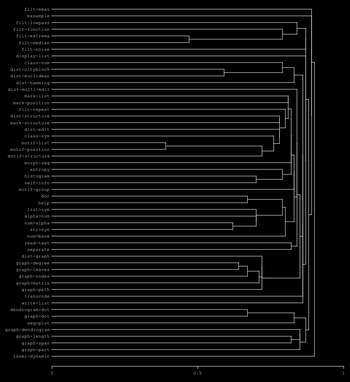
FredVoisin/refrains keeps this Graphviz diagram as doc/pictures/refrains-docstrings-dendrogram.png. Above is the earlier version. Its source is kept beside it as doc/pictures/refrains-docstrings-dendrogram.dot.
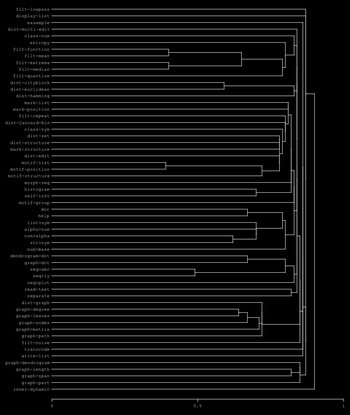
The same file after the commit.

The edit, as a diff of the source:
```diff
@@ -1,489 +1,534 @@
 graph "refrains-docstrings-dendrogram" {
-/* generated with refrains:dendrogram>dot, 25 Oct 2026 15:57:19, to be drawn with neato -n2 */
+/* generated with refrains:dendrogram>dot, 27 Oct 2026 1:38:29, to be drawn with neato -n2 */
  graph [splines=false, bgcolor=black];
  node [shape=point, width=0, color=white, fontcolor=white, fontname=Courier, fontsize=11];
  edge [color=white];
- l1 [shape=plaintext, label="filt-mean", pos="81.9,832.0"];
- p1 [pos="117.6,832.0"];
- l2 [shape=plaintext, label="exsample", pos="85.2,816.0"];
- p2 [pos="117.6,816.0"];
- l3 [shape=plaintext, label="filt-lowpass", pos="72.0,800.0"];
- p3 [pos="117.6,800.0"];
- l4 [shape=plaintext, label="filt-function", pos="68.7,784.0"];
- p4 [pos="117.6,784.0"];
- l5 [shape=plaintext, label="filt-extrema", pos="72.0,768.0"];
- p5 [pos="117.6,768.0"];
- l6 [shape=plaintext, label="filt-median", pos="75.3,752.0"];
- p6 [pos="117.6,752.0"];
- p7 [pos="446.6,768.0"];
- p8 [pos="446.6,752.0"];
- p9 [pos="446.6,760.0"];
- p5 -- p7;
- p6 -- p8;
+ l1 [shape=plaintext, label="filt-lowpass", pos="72.0,912.0"];
+ p1 [pos="117.6,912.0"];
+ l2 [shape=plaintext, label="display-list", pos="72.0,896.0"];
+ p2 [pos="117.6,896.0"];
+ l3 [shape=plaintext, label="exsample", pos="85.2,880.0"];
+ p3 [pos="117.6,880.0"];
+ l4 [shape=plaintext, label="dist-multi-edit", pos="62.1,864.0"];
+ p4 [pos="117.6,864.0"];
+ l5 [shape=plaintext, label="class-num", pos="81.9,848.0"];
+ p5 [pos="117.6,848.0"];
+ l6 [shape=plaintext, label="entropy", pos="88.5,832.0"];
+ p6 [pos="117.6,832.0"];
+ l7 [shape=plaintext, label="filt-function", pos="68.7,816.0"];
+ p7 [pos="117.6,816.0"];
+ l8 [shape=plaintext, label="filt-mean", pos="81.9,800.0"];
+ p8 [pos="117.6,800.0"];
+ p9 [pos="397.6,816.0"];
+ p10 [pos="397.6,800.0"];
+ p11 [pos="397.6,808.0"];
  p7 -- p9;
- p9 -- p8;
- p10 [pos="670.6,784.0"];
- p11 [pos="670.6,760.0"];
- p12 [pos="670.6,772.0"];
- p4 -- p10;
+ p8 -- p10;
  p9 -- p11;
- p10 -- p12;
- p12 -- p11;
- p13 [pos="705.6,800.0"];
- p14 [pos="705.6,772.0"];
- p15 [pos="705.6,786.0"];
- p3 -- p13;
+ p11 -- p10;
+ l9 [shape=plaintext, label="filt-extrema", pos="72.0,784.0"];
+ p12 [pos="117.6,784.0"];
+ l10 [shape=plaintext, label="filt-median", pos="75.3,768.0"];
+ p13 [pos="117.6,768.0"];
+ p14 [pos="397.6,784.0"];
+ p15 [pos="397.6,768.0"];
+ p16 [pos="397.6,776.0"];
  p12 -- p14;
  p13 -- p15;
- p15 -- p14;
- l7 [shape=plaintext, label="filt-noise", pos="78.6,736.0"];
- p16 [pos="117.6,736.0"];
- p17 [pos="726.6,786.0"];
- p18 [pos="726.6,736.0"];
- p19 [pos="726.6,761.0"];
- p15 -- p17;
+ p14 -- p16;
+ p16 -- p15;
+ p17 [pos="572.6,808.0"];
+ p18 [pos="572.6,776.0"];
+ p19 [pos="572.6,792.0"];
+ p11 -- p17;
  p16 -- p18;
  p17 -- p19;
  p19 -- p18;
- l8 [shape=plaintext, label="display-list", pos="72.0,720.0"];
- p20 [pos="117.6,720.0"];
- l9 [shape=plaintext, label="class-num", pos="81.9,704.0"];
- p21 [pos="117.6,704.0"];
- l10 [shape=plaintext, label="dist-cityblock", pos="65.4,688.0"];
- p22 [pos="117.6,688.0"];
- l11 [shape=plaintext, label="dist-euclidean", pos="65.4,672.0"];
- p23 [pos="117.6,672.0"];
- p24 [pos="530.6,688.0"];
- p25 [pos="530.6,672.0"];
- p26 [pos="530.6,680.0"];
- p22 -- p24;
+ l11 [shape=plaintext, label="filt-quantize", pos="68.7,752.0"];
+ p20 [pos="117.6,752.0"];
+ p21 [pos="670.6,792.0"];
+ p22 [pos="670.6,752.0"];
+ p23 [pos="670.6,772.0"];
+ p19 -- p21;
+ p20 -- p22;
+ p21 -- p23;
+ p23 -- p22;
+ p24 [pos="677.6,832.0"];
+ p25 [pos="677.6,772.0"];
+ p26 [pos="677.6,802.0"];
+ p6 -- p24;
  p23 -- p25;
  p24 -- p26;
  p26 -- p25;
- p27 [pos="670.6,704.0"];
- p28 [pos="670.6,680.0"];
- p29 [pos="670.6,692.0"];
- p21 -- p27;
+ p27 [pos="698.6,848.0"];
+ p28 [pos="698.6,802.0"];
+ p29 [pos="698.6,825.0"];
+ p5 -- p27;
  p26 -- p28;
  p27 -- p29;
  p29 -- p28;
- l12 [shape=plaintext, label="dist-hamming", pos="72.0,656.0"];
- p30 [pos="117.6,656.0"];
- p31 [pos="698.6,692.0"];
- p32 [pos="698.6,656.0"];
- p33 [pos="698.6,674.0"];
- p29 -- p31;
+ l12 [shape=plaintext, label="dist-cityblock", pos="65.4,736.0"];
+ p30 [pos="117.6,736.0"];
+ l13 [shape=plaintext, label="dist-euclidean", pos="65.4,720.0"];
+ p31 [pos="117.6,720.0"];
+ p32 [pos="530.6,736.0"];
+ p33 [pos="530.6,720.0"];
+ p34 [pos="530.6,728.0"];
  p30 -- p32;
  p31 -- p33;
- p33 -- p32;
- l13 [shape=plaintext, label="dist-multi-edit", pos="62.1,640.0"];
- p34 [pos="117.6,640.0"];
- l14 [shape=plaintext, label="mark-list", pos="81.9,624.0"];
- p35 [pos="117.6,624.0"];
- l15 [shape=plaintext, label="mark-position", pos="68.7,608.0"];
- p36 [pos="117.6,608.0"];
- p37 [pos="684.6,624.0"];
- p38 [pos="684.6,608.0"];
- p39 [pos="684.6,616.0"];
+ p32 -- p34;
+ p34 -- p33;
+ l14 [shape=plaintext, label="dist-hamming", pos="72.0,704.0"];
+ p35 [pos="117.6,704.0"];
+ p36 [pos="698.6,728.0"];
+ p37 [pos="698.6,704.0"];
+ p38 [pos="698.6,716.0"];
+ p34 -- p36;
  p35 -- p37;
  p36 -- p38;
- p37 -- p39;
- p39 -- p38;
- l16 [shape=plaintext, label="filt-repeat", pos="75.3,592.0"];
- p40 [pos="117.6,592.0"];
- l17 [shape=plaintext, label="dist-structure", pos="65.4,576.0"];
- p41 [pos="117.6,576.0"];
- l18 [shape=plaintext, label="mark-structure", pos="65.4,560.0"];
- p42 [pos="117.6,560.0"];
- p43 [pos="663.6,576.0"];
- p44 [pos="663.6,560.0"];
- p45 [pos="663.6,568.0"];
- p41 -- p43;
+ p38 -- p37;
+ p39 [pos="705.6,825.0"];
+ p40 [pos="705.6,716.0"];
+ p41 [pos="705.6,770.5"];
+ p29 -- p39;
+ p38 -- p40;
+ p39 -- p41;
+ p41 -- p40;
+ l15 [shape=plaintext, label="mark-list", pos="81.9,688.0"];
+ p42 [pos="117.6,688.0"];
+ l16 [shape=plaintext, label="mark-position", pos="68.7,672.0"];
+ p43 [pos="117.6,672.0"];
+ p44 [pos="684.6,688.0"];
+ p45 [pos="684.6,672.0"];
+ p46 [pos="684.6,680.0"];
  p42 -- p44;
  p43 -- p45;
- p45 -- p44;
- l19 [shape=plaintext, label="dist-edit", pos="81.9,544.0"];
- p46 [pos="117.6,544.0"];
- l20 [shape=plaintext, label="class-sym", pos="81.9,528.0"];
- p47 [pos="117.6,528.0"];
- l21 [shape=plaintext, label="motif-list", pos="78.6,512.0"];
- p48 [pos="117.6,512.0"];
- l22 [shape=plaintext, label="motif-position", pos="65.4,496.0"];
- p49 [pos="117.6,496.0"];
- p50 [pos="390.6,512.0"];
- p51 [pos="390.6,496.0"];
- p52 [pos="390.6,504.0"];
- p48 -- p50;
- p49 -- p51;
+ p44 -- p46;
+ p46 -- p45;
+ l17 [shape=plaintext, label="filt-repeat", pos="75.3,656.0"];
+ p47 [pos="117.6,656.0"];
+ l18 [shape=plaintext, label="dist-jaccard-bin", pos="58.8,640.0"];
+ p48 [pos="117.6,640.0"];
+ l19 [shape=plaintext, label="class-sym", pos="81.9,624.0"];
+ p49 [pos="117.6,624.0"];
+ l20 [shape=plaintext, label="dist-set", pos="85.2,608.0"];
+ p50 [pos="117.6,608.0"];
+ l21 [shape=plaintext, label="dist-structure", pos="65.4,592.0"];
+ p51 [pos="117.6,592.0"];
+ p52 [pos="663.6,608.0"];
+ p53 [pos="663.6,592.0"];
+ p54 [pos="663.6,600.0"];
  p50 -- p52;
- p52 -- p51;
- l23 [shape=plaintext, label="motif-structure", pos="62.1,480.0"];
- p53 [pos="117.6,480.0"];
- p54 [pos="621.6,504.0"];
- p55 [pos="621.6,480.0"];
- p56 [pos="621.6,492.0"];
+ p51 -- p53;
  p52 -- p54;
- p53 -- p55;
+ p54 -- p53;
+ l22 [shape=plaintext, label="mark-structure", pos="65.4,576.0"];
+ p55 [pos="117.6,576.0"];
+ p56 [pos="663.6,600.0"];
+ p57 [pos="663.6,576.0"];
+ p58 [pos="663.6,588.0"];
  p54 -- p56;
- p56 -- p55;
- p57 [pos="649.6,528.0"];
- p58 [pos="649.6,492.0"];
- p59 [pos="649.6,510.0"];
- p47 -- p57;
+ p55 -- p57;
  p56 -- p58;
- p57 -- p59;
- p59 -- p58;
- p60 [pos="663.6,544.0"];
- p61 [pos="663.6,510.0"];
- p62 [pos="663.6,527.0"];
- p46 -- p60;
- p59 -- p61;
+ p58 -- p57;
+ l23 [shape=plaintext, label="dist-edit", pos="81.9,560.0"];
+ p59 [pos="117.6,560.0"];
+ l24 [shape=plaintext, label="motif-list", pos="78.6,544.0"];
+ p60 [pos="117.6,544.0"];
+ l25 [shape=plaintext, label="motif-position", pos="65.4,528.0"];
+ p61 [pos="117.6,528.0"];
+ p62 [pos="390.6,544.0"];
+ p63 [pos="390.6,528.0"];
+ p64 [pos="390.6,536.0"];
  p60 -- p62;
- p62 -- p61;
- p63 [pos="663.6,568.0"];
- p64 [pos="663.6,527.0"];
- p65 [pos="663.6,547.5"];
- p45 -- p63;
+ p61 -- p63;
  p62 -- p64;
- p63 -- p65;
- p65 -- p64;
- p66 [pos="677.6,592.0"];
- p67 [pos="677.6,547.5"];
- p68 [pos="677.6,569.8"];
- p40 -- p66;
+ p64 -- p63;
+ l26 [shape=plaintext, label="motif-structure", pos="62.1,512.0"];
+ p65 [pos="117.6,512.0"];
+ p66 [pos="621.6,536.0"];
+ p67 [pos="621.6,512.0"];
+ p68 [pos="621.6,524.0"];
+ p64 -- p66;
  p65 -- p67;
  p66 -- p68;
  p68 -- p67;
- p69 [pos="684.6,616.0"];
- p70 [pos="684.6,569.8"];
- p71 [pos="684.6,592.9"];
- p39 -- p69;
+ p69 [pos="663.6,560.0"];
+ p70 [pos="663.6,524.0"];
+ p71 [pos="663.6,542.0"];
+ p59 -- p69;
  p68 -- p70;
  p69 -- p71;
  p71 -- p70;
- l24 [shape=plaintext, label="morph-seq", pos="81.9,464.0"];
- p72 [pos="117.6,464.0"];
- p73 [pos="691.6,592.9"];
- p74 [pos="691.6,464.0"];
- p75 [pos="691.6,528.4"];
+ p72 [pos="663.6,588.0"];
+ p73 [pos="663.6,542.0"];
+ p74 [pos="663.6,565.0"];
+ p58 -- p72;
  p71 -- p73;
  p72 -- p74;
- p73 -- p75;
- p75 -- p74;
- l25 [shape=plaintext, label="entropy", pos="88.5,448.0"];
- p76 [pos="117.6,448.0"];
- l26 [shape=plaintext, label="histogram", pos="81.9,432.0"];
- p77 [pos="117.6,432.0"];
- l27 [shape=plaintext, label="self-info", pos="81.9,416.0"];
- p78 [pos="117.6,416.0"];
- p79 [pos="607.6,432.0"];
- p80 [pos="607.6,416.0"];
- p81 [pos="607.6,424.0"];
+ p74 -- p73;
+ p75 [pos="670.6,624.0"];
+ p76 [pos="670.6,565.0"];
+ p77 [pos="670.6,594.5"];
+ p49 -- p75;
+ p74 -- p76;
+ p75 -- p77;
+ p77 -- p76;
+ p78 [pos="677.6,640.0"];
+ p79 [pos="677.6,594.5"];
+ p80 [pos="677.6,617.3"];
+ p48 -- p78;
  p77 -- p79;
  p78 -- p80;
- p79 -- p81;
- p81 -- p80;
- p82 [pos="670.6,448.0"];
- p83 [pos="670.6,424.0"];
- p84 [pos="670.6,436.0"];
- p76 -- p82;
+ p80 -- p79;
+ p81 [pos="677.6,656.0"];
+ p82 [pos="677.6,617.3"];
+ p83 [pos="677.6,636.6"];
+ p47 -- p81;
+ p80 -- p82;
  p81 -- p83;
- p82 -- p84;
- p84 -- p83;
- p85 [pos="691.6,528.4"];
- p86 [pos="691.6,436.0"];
- p87 [pos="691.6,482.2"];
- p75 -- p85;
+ p83 -- p82;
+ p84 [pos="684.6,680.0"];
+ p85 [pos="684.6,636.6"];
+ p86 [pos="684.6,658.3"];
+ p46 -- p84;
+ p83 -- p85;
  p84 -- p86;
- p85 -- p87;
- p87 -- p86;
- l28 [shape=plaintext, label="motif-group", pos="75.3,400.0"];
- p88 [pos="117.6,400.0"];
- p89 [pos="698.6,482.2"];
- p90 [pos="698.6,400.0"];
- p91 [pos="698.6,441.1"];
+ p86 -- p85;
+ l27 [shape=plaintext, label="morph-seq", pos="81.9,496.0"];
+ p87 [pos="117.6,496.0"];
+ p88 [pos="691.6,658.3"];
+ p89 [pos="691.6,496.0"];
+ p90 [pos="691.6,577.2"];
+ p86 -- p88;
  p87 -- p89;
  p88 -- p90;
- p89 -- p91;
- p91 -- p90;
- l29 [shape=plaintext, label="doc", pos="101.7,384.0"];
- p92 [pos="117.6,384.0"];
- l30 [shape=plaintext, label="help", pos="98.4,368.0"];
- p93 [pos="117.6,368.0"];
- p94 [pos="586.6,384.0"];
- p95 [pos="586.6,368.0"];
- p96 [pos="586.6,376.0"];
+ p90 -- p89;
+ l28 [shape=plaintext, label="histogram", pos="81.9,480.0"];
+ p91 [pos="117.6,480.0"];
+ l29 [shape=plaintext, label="self-info", pos="81.9,464.0"];
+ p92 [pos="117.6,464.0"];
+ p93 [pos="607.6,480.0"];
+ p94 [pos="607.6,464.0"];
+ p95 [pos="607.6,472.0"];
+ p91 -- p93;
  p92 -- p94;
  p93 -- p95;
- p94 -- p96;
- p96 -- p95;
- l31 [shape=plaintext, label="list>sym", pos="85.2,352.0"];
- p97 [pos="117.6,352.0"];
- l32 [shape=plaintext, label="alpha>num", pos="81.9,336.0"];
- p98 [pos="117.6,336.0"];
- l33 [shape=plaintext, label="num>alpha", pos="81.9,320.0"];
- p99 [pos="117.6,320.0"];
- l34 [shape=plaintext, label="str>sym", pos="88.5,304.0"];
- p100 [pos="117.6,304.0"];
- p101 [pos="551.6,320.0"];
- p102 [pos="551.6,304.0"];
- p103 [pos="551.6,312.0"];
+ p95 -- p94;
+ p96 [pos="691.6,577.2"];
+ p97 [pos="691.6,472.0"];
+ p98 [pos="691.6,524.6"];
+ p90 -- p96;
+ p95 -- p97;
+ p96 -- p98;
+ p98 -- p97;
+ l30 [shape=plaintext, label="motif-group", pos="75.3,448.0"];
+ p99 [pos="117.6,448.0"];
+ p100 [pos="698.6,524.6"];
+ p101 [pos="698.6,448.0"];
+ p102 [pos="698.6,486.3"];
+ p98 -- p100;
  p99 -- p101;
  p100 -- p102;
- p101 -- p103;
- p103 -- p102;
- p104 [pos="607.6,336.0"];
- p105 [pos="607.6,312.0"];
- p106 [pos="607.6,324.0"];
- p98 -- p104;
+ p102 -- p101;
+ l31 [shape=plaintext, label="doc", pos="101.7,432.0"];
+ p103 [pos="117.6,432.0"];
+ l32 [shape=plaintext, label="help", pos="98.4,416.0"];
+ p104 [pos="117.6,416.0"];
+ p105 [pos="586.6,432.0"];
+ p106 [pos="586.6,416.0"];
+ p107 [pos="586.6,424.0"];
  p103 -- p105;
  p104 -- p106;
- p106 -- p105;
- p107 [pos="607.6,352.0"];
- p108 [pos="607.6,324.0"];
- p109 [pos="607.6,338.0"];
- p97 -- p107;
- p106 -- p108;
- p107 -- p109;
- p109 -- p108;
- p110 [pos="670.6,376.0"];
- p111 [pos="670.6,338.0"];
- p112 [pos="670.6,357.0"];
- p96 -- p110;
- p109 -- p111;
+ p105 -- p107;
+ p107 -- p106;
+ l33 [shape=plaintext, label="list>sym", pos="85.2,400.0"];
+ p108 [pos="117.6,400.0"];
+ l34 [shape=plaintext, label="alpha>num", pos="81.9,384.0"];
+ p109 [pos="117.6,384.0"];
+ l35 [shape=plaintext, label="num>alpha", pos="81.9,368.0"];
+ p110 [pos="117.6,368.0"];
+ l36 [shape=plaintext, label="str>sym", pos="88.5,352.0"];
+ p111 [pos="117.6,352.0"];
+ p112 [pos="551.6,368.0"];
+ p113 [pos="551.6,352.0"];
+ p114 [pos="551.6,360.0"];
  p110 -- p112;
- p112 -- p111;
- l35 [shape=plaintext, label="num>base", pos="85.2,288.0"];
- p113 [pos="117.6,288.0"];
- p114 [pos="677.6,357.0"];
- p115 [pos="677.6,288.0"];
- p116 [pos="677.6,322.5"];
+ p111 -- p113;
  p112 -- p114;
- p113 -- p115;
+ p114 -- p113;
+ p115 [pos="607.6,384.0"];
+ p116 [pos="607.6,360.0"];
+ p117 [pos="607.6,372.0"];
+ p109 -- p115;
  p114 -- p116;
- p116 -- p115;
- p117 [pos="698.6,441.1"];
- p118 [pos="698.6,322.5"];
- p119 [pos="698.6,381.8"];
- p91 -- p117;
- p116 -- p118;
+ p115 -- p117;
+ p117 -- p116;
+ p118 [pos="607.6,400.0"];
+ p119 [pos="607.6,372.0"];
+ p120 [pos="607.6,386.0"];
+ p108 -- p118;
  p117 -- p119;
- p119 -- p118;
- p120 [pos="705.6,640.0"];
- p121 [pos="705.6,381.8"];
- p122 [pos="705.6,510.9"];
- p34 -- p120;
- p119 -- p121;
+ p118 -- p120;
+ p120 -- p119;
+ p121 [pos="670.6,424.0"];
+ p122 [pos="670.6,386.0"];
+ p123 [pos="670.6,405.0"];
+ p107 -- p121;
  p120 -- p122;
- p122 -- p121;
- l36 [shape=plaintext, label="read-text", pos="81.9,272.0"];
- p123 [pos="117.6,272.0"];
- l37 [shape=plaintext, label="separate", pos="85.2,256.0"];
- p124 [pos="117.6,256.0"];
- p125 [pos="691.6,272.0"];
- p126 [pos="691.6,256.0"];
- p127 [pos="691.6,264.0"];
+ p121 -- p123;
+ p123 -- p122;
+ l37 [shape=plaintext, label="num>base", pos="85.2,336.0"];
+ p124 [pos="117.6,336.0"];
+ p125 [pos="677.6,405.0"];
+ p126 [pos="677.6,336.0"];
+ p127 [pos="677.6,370.5"];
  p123 -- p125;
  p124 -- p126;
  p125 -- p127;
  p127 -- p126;
- p128 [pos="705.6,510.9"];
- p129 [pos="705.6,264.0"];
- p130 [pos="705.6,387.5"];
- p122 -- p128;
+ p128 [pos="698.6,486.3"];
+ p129 [pos="698.6,370.5"];
+ p130 [pos="698.6,428.4"];
+ p102 -- p128;
  p127 -- p129;
  p128 -- p130;
  p130 -- p129;
- l38 [shape=plaintext, label="dist-graph", pos="78.6,240.0"];
- p131 [pos="117.6,240.0"];
- l39 [shape=plaintext, label="graph-degree", pos="72.0,224.0"];
- p132 [pos="117.6,224.0"];
- l40 [shape=plaintext, label="graph-leaves", pos="72.0,208.0"];
- p133 [pos="117.6,208.0"];
- p134 [pos="565.6,224.0"];
- p135 [pos="565.6,208.0"];
- p136 [pos="565.6,216.0"];
- p132 -- p134;
+ p131 [pos="705.6,770.5"];
+ p132 [pos="705.6,428.4"];
+ p133 [pos="705.6,599.4"];
+ p41 -- p131;
+ p130 -- p132;
+ p131 -- p133;
+ p133 -- p132;
+ p134 [pos="705.6,864.0"];
+ p135 [pos="705.6,599.4"];
+ p136 [pos="705.6,731.7"];
+ p4 -- p134;
  p133 -- p135;
  p134 -- p136;
  p136 -- p135;
- l41 [shape=plaintext, label="graph-nodes", pos="75.3,192.0"];
- p137 [pos="117.6,192.0"];
- p138 [pos="586.6,216.0"];
- p139 [pos="586.6,192.0"];
- p140 [pos="586.6,204.0"];
- p136 -- p138;
+ l38 [shape=plaintext, label="dendrogram>dot", pos="65.4,320.0"];
+ p137 [pos="117.6,320.0"];
+ l39 [shape=plaintext, label="graph>dot", pos="81.9,304.0"];
+ p138 [pos="117.6,304.0"];
+ p139 [pos="586.6,320.0"];
+ p140 [pos="586.6,304.0"];
+ p141 [pos="586.6,312.0"];
  p137 -- p139;
  p138 -- p140;
- p140 -- p139;
- l42 [shape=plaintext, label="graph>matrix", pos="72.0,176.0"];
- p141 [pos="117.6,176.0"];
- p142 [pos="614.6,204.0"];
- p143 [pos="614.6,176.0"];
- p144 [pos="614.6,190.0"];
- p140 -- p142;
- p141 -- p143;
+ p139 -- p141;
+ p141 -- p140;
+ l40 [shape=plaintext, label="seq>abc", pos="88.5,288.0"];
+ p142 [pos="117.6,288.0"];
+ l41 [shape=plaintext, label="seq>ly", pos="91.8,272.0"];
+ p143 [pos="117.6,272.0"];
+ p144 [pos="460.6,288.0"];
+ p145 [pos="460.6,272.0"];
+ p146 [pos="460.6,280.0"];
  p142 -- p144;
- p144 -- p143;
- p145 [pos="621.6,240.0"];
- p146 [pos="621.6,190.0"];
- p147 [pos="621.6,215.0"];
- p131 -- p145;
+ p143 -- p145;
  p144 -- p146;
- p145 -- p147;
- p147 -- p146;
- l43 [shape=plaintext, label="graph-path", pos="78.6,160.0"];
- p148 [pos="117.6,160.0"];
- p149 [pos="621.6,215.0"];
- p150 [pos="621.6,160.0"];
- p151 [pos="621.6,187.5"];
+ p146 -- p145;
+ p147 [pos="677.6,312.0"];
+ p148 [pos="677.6,280.0"];
+ p149 [pos="677.6,296.0"];
+ p141 -- p147;
+ p146 -- p148;
  p147 -- p149;
- p148 -- p150;
+ p149 -- p148;
+ l42 [shape=plaintext, label="seq>plot", pos="85.2,256.0"];
+ p150 [pos="117.6,256.0"];
+ p151 [pos="698.6,296.0"];
+ p152 [pos="698.6,256.0"];
+ p153 [pos="698.6,276.0"];
  p149 -- p151;
- p151 -- p150;
- p152 [pos="712.6,387.5"];
- p153 [pos="712.6,187.5"];
- p154 [pos="712.6,287.5"];
- p130 -- p152;
+ p150 -- p152;
  p151 -- p153;
- p152 -- p154;
- p154 -- p153;
- p155 [pos="719.6,674.0"];
- p156 [pos="719.6,287.5"];
- p157 [pos="719.6,480.7"];
- p33 -- p155;
+ p153 -- p152;
+ p154 [pos="705.6,731.7"];
+ p155 [pos="705.6,276.0"];
+ p156 [pos="705.6,503.9"];
+ p136 -- p154;
+ p153 -- p155;
  p154 -- p156;
- p155 -- p157;
- p157 -- p156;
- l44 [shape=plaintext, label="transcode", pos="81.9,144.0"];
- p158 [pos="117.6,144.0"];
- p159 [pos="719.6,480.7"];
- p160 [pos="719.6,144.0"];
- p161 [pos="719.6,312.4"];
+ p156 -- p155;
+ l43 [shape=plaintext, label="read-text", pos="81.9,240.0"];
+ p157 [pos="117.6,240.0"];
+ l44 [shape=plaintext, label="separate", pos="85.2,224.0"];
+ p158 [pos="117.6,224.0"];
+ p159 [pos="691.6,240.0"];
+ p160 [pos="691.6,224.0"];
+ p161 [pos="691.6,232.0"];
  p157 -- p159;
  p158 -- p160;
  p159 -- p161;
  p161 -- p160;
- l45 [shape=plaintext, label="write-list", pos="78.6,128.0"];
- p162 [pos="117.6,128.0"];
- p163 [pos="719.6,312.4"];
- p164 [pos="719.6,128.0"];
- p165 [pos="719.6,220.2"];
+ p162 [pos="705.6,503.9"];
+ p163 [pos="705.6,232.0"];
+ p164 [pos="705.6,367.9"];
+ p156 -- p162;
  p161 -- p163;
  p162 -- p164;
- p163 -- p165;
- p165 -- p164;
- p166 [pos="726.6,720.0"];
- p167 [pos="726.6,220.2"];
- p168 [pos="726.6,470.1"];
- p20 -- p166;
- p165 -- p167;
+ p164 -- p163;
+ l45 [shape=plaintext, label="dist-graph", pos="78.6,208.0"];
+ p165 [pos="117.6,208.0"];
+ l46 [shape=plaintext, label="graph-degree", pos="72.0,192.0"];
+ p166 [pos="117.6,192.0"];
+ l47 [shape=plaintext, label="graph-leaves", pos="72.0,176.0"];
+ p167 [pos="117.6,176.0"];
+ p168 [pos="565.6,192.0"];
+ p169 [pos="565.6,176.0"];
+ p170 [pos="565.6,184.0"];
  p166 -- p168;
- p168 -- p167;
- p169 [pos="726.6,761.0"];
- p170 [pos="726.6,470.1"];
- p171 [pos="726.6,615.5"];
- p19 -- p169;
+ p167 -- p169;
  p168 -- p170;
- p169 -- p171;
- p171 -- p170;
- l46 [shape=plaintext, label="dendrogram>dot", pos="65.4,112.0"];
- p172 [pos="117.6,112.0"];
- l47 [shape=plaintext, label="graph>dot", pos="81.9,96.0"];
- p173 [pos="117.6,96.0"];
- p174 [pos="586.6,112.0"];
- p175 [pos="586.6,96.0"];
- p176 [pos="586.6,104.0"];
+ p170 -- p169;
+ l48 [shape=plaintext, label="graph-nodes", pos="75.3,160.0"];
+ p171 [pos="117.6,160.0"];
+ p172 [pos="586.6,184.0"];
+ p173 [pos="586.6,160.0"];
+ p174 [pos="586.6,172.0"];
+ p170 -- p172;
+ p171 -- p173;
  p172 -- p174;
- p173 -- p175;
+ p174 -- p173;
+ l49 [shape=plaintext, label="graph>matrix", pos="72.0,144.0"];
+ p175 [pos="117.6,144.0"];
+ p176 [pos="614.6,172.0"];
+ p177 [pos="614.6,144.0"];
+ p178 [pos="614.6,158.0"];
  p174 -- p176;
- p176 -- p175;
- l48 [shape=plaintext, label="seq>plot", pos="85.2,80.0"];
- p177 [pos="117.6,80.0"];
- p178 [pos="698.6,104.0"];
- p179 [pos="698.6,80.0"];
- p180 [pos="698.6,92.0"];
+ p175 -- p177;
  p176 -- p178;
- p177 -- p179;
+ p178 -- p177;
+ p179 [pos="621.6,208.0"];
+ p180 [pos="621.6,158.0"];
+ p181 [pos="621.6,183.0"];
+ p165 -- p179;
  p178 -- p180;
- p180 -- p179;
- l49 [shape=plaintext, label="graph-dendrogram", pos="58.8,64.0"];
- p181 [pos="117.6,64.0"];
- l50 [shape=plaintext, label="graph-length", pos="72.0,48.0"];
- p182 [pos="117.6,48.0"];
- l51 [shape=plaintext, label="graph-span", pos="78.6,32.0"];
- p183 [pos="117.6,32.0"];
- p184 [pos="691.6,48.0"];
- p185 [pos="691.6,32.0"];
- p186 [pos="691.6,40.0"];
+ p179 -- p181;
+ p181 -- p180;
+ l50 [shape=plaintext, label="graph-path", pos="78.6,128.0"];
+ p182 [pos="117.6,128.0"];
+ p183 [pos="621.6,183.0"];
+ p184 [pos="621.6,128.0"];
+ p185 [pos="621.6,155.5"];
+ p181 -- p183;
  p182 -- p184;
  p183 -- p185;
- p184 -- p186;
- p186 -- p185;
- p187 [pos="712.6,64.0"];
- p188 [pos="712.6,40.0"];
- p189 [pos="712.6,52.0"];
- p181 -- p187;
+ p185 -- p184;
+ p186 [pos="712.6,367.9"];
+ p187 [pos="712.6,155.5"];
+ p188 [pos="712.6,261.7"];
+ p164 -- p186;
+ p185 -- p187;
  p186 -- p188;
- p187 -- p189;
- p189 -- p188;
- l52 [shape=plaintext, label="graph-part", pos="78.6,16.0"];
- p190 [pos="117.6,16.0"];
- p191 [pos="712.6,52.0"];
- p192 [pos="712.6,16.0"];
- p193 [pos="712.6,34.0"];
+ p188 -- p187;
+ l51 [shape=plaintext, label="filt-noise", pos="78.6,112.0"];
+ p189 [pos="117.6,112.0"];
+ p190 [pos="712.6,261.7"];
+ p191 [pos="712.6,112.0"];
+ p192 [pos="712.6,186.9"];
+ p188 -- p190;
  p189 -- p191;
  p190 -- p192;
- p191 -- p193;
- p193 -- p192;
- p194 [pos="726.6,92.0"];
- p195 [pos="726.6,34.0"];
- p196 [pos="726.6,63.0"];
- p180 -- p194;
+ p192 -- p191;
+ p193 [pos="719.6,880.0"];
+ p194 [pos="719.6,186.9"];
+ p195 [pos="719.6,533.4"];
+ p3 -- p193;
+ p192 -- p194;
  p193 -- p195;
- p194 -- p196;
- p196 -- p195;
- p197 [pos="733.6,615.5"];
- p198 [pos="733.6,63.0"];
- p199 [pos="733.6,339.3"];
- p171 -- p197;
+ p195 -- p194;
+ l52 [shape=plaintext, label="transcode", pos="81.9,96.0"];
+ p196 [pos="117.6,96.0"];
+ p197 [pos="719.6,533.4"];
+ p198 [pos="719.6,96.0"];
+ p199 [pos="719.6,314.7"];
+ p195 -- p197;
  p196 -- p198;
  p197 -- p199;
  p199 -- p198;
- p200 [pos="740.6,816.0"];
- p201 [pos="740.6,339.3"];
- p202 [pos="740.6,577.6"];
- p2 -- p200;
+ l53 [shape=plaintext, label="write-list", pos="78.6,80.0"];
+ p200 [pos="117.6,80.0"];
+ p201 [pos="719.6,314.7"];
+ p202 [pos="719.6,80.0"];
+ p203 [pos="719.6,197.4"];
  p199 -- p201;
  p200 -- p202;
- p202 -- p201;
- p203 [pos="740.6,832.0"];
- p204 [pos="740.6,577.6"];
- p205 [pos="740.6,704.8"];
- p1 -- p203;
- p202 -- p204;
- p203 -- p205;
- p205 -- p204;
- l53 [shape=plaintext, label="inner-dynamic", pos="68.7,0.0"];
- p206 [pos="117.6,0.0"];
- p207 [pos="747.6,704.8"];
- p208 [pos="747.6,0.0"];
- p209 [pos="747.6,352.4"];
+ p201 -- p203;
+ p203 -- p202;
+ l54 [shape=plaintext, label="graph-dendrogram", pos="58.8,64.0"];
+ p204 [pos="117.6,64.0"];
+ l55 [shape=plaintext, label="graph-length", pos="72.0,48.0"];
+ p205 [pos="117.6,48.0"];
+ l56 [shape=plaintext, label="graph-span", pos="78.6,32.0"];
+ p206 [pos="117.6,32.0"];
+ p207 [pos="691.6,48.0"];
+ p208 [pos="691.6,32.0"];
+ p209 [pos="691.6,40.0"];
  p205 -- p207;
  p206 -- p208;
  p207 -- p209;
  p209 -- p208;
- p210 [pos="117.6,-24.0"];
- p211 [pos="117.6,-29.0"];
- p210 -- p211;
+ p210 [pos="712.6,64.0"];
+ p211 [pos="712.6,40.0"];
+ p212 [pos="712.6,52.0"];
+ p204 -- p210;
+ p209 -- p211;
+ p210 -- p212;
+ p212 -- p211;
+ l57 [shape=plaintext, label="graph-part", pos="78.6,16.0"];
+ p213 [pos="117.6,16.0"];
+ p214 [pos="712.6,52.0"];
+ p215 [pos="712.6,16.0"];
+ p216 [pos="712.6,34.0"];
+ p212 -- p214;
+ p213 -- p215;
+ p214 -- p216;
+ p216 -- p215;
+ p217 [pos="726.6,197.4"];
+ p218 [pos="726.6,34.0"];
+ p219 [pos="726.6,115.7"];
+ p203 -- p217;
+ p216 -- p218;
+ p217 -- p219;
+ p219 -- p218;
+ p220 [pos="726.6,896.0"];
+ p221 [pos="726.6,115.7"];
+ p222 [pos="726.6,505.8"];
+ p2 -- p220;
+ p219 -- p221;
+ p220 -- p222;
+ p222 -- p221;
+ p223 [pos="726.6,912.0"];
+ p224 [pos="726.6,505.8"];
+ p225 [pos="726.6,708.9"];
+ p1 -- p223;
+ p222 -- p224;
+ p223 -- p225;
+ p225 -- p224;
+ l58 [shape=plaintext, label="inner-dynamic", pos="68.7,0.0"];
+ p226 [pos="117.6,0.0"];
+ p227 [pos="747.6,708.9"];
+ p228 [pos="747.6,0.0"];
+ p229 [pos="747.6,354.5"];
+ p225 -- p227;
+ p226 -- p228;
+ p227 -- p229;
+ p229 -- p228;
+ p230 [pos="117.6,-24.0"];
+ p231 [pos="117.6,-29.0"];
+ p230 -- p231;
  s0 [shape=plaintext, label="0", pos="117.6,-40.0"];
- p212 [pos="467.6,-24.0"];
- p213 [pos="467.6,-29.0"];
- p212 -- p213;
+ p232 [pos="467.6,-24.0"];
+ p233 [pos="467.6,-29.0"];
+ p232 -- p233;
  s1 [shape=plaintext, label="0.5", pos="467.6,-40.0"];
- p214 [pos="817.6,-24.0"];
- p215 [pos="817.6,-29.0"];
- p214 -- p215;
+ p234 [pos="817.6,-24.0"];
+ p235 [pos="817.6,-29.0"];
+ p234 -- p235;
  s2 [shape=plaintext, label="1", pos="817.6,-40.0"];
- p210 -- p212 -- p214;
+ p230 -- p232 -- p234;
 }
```
